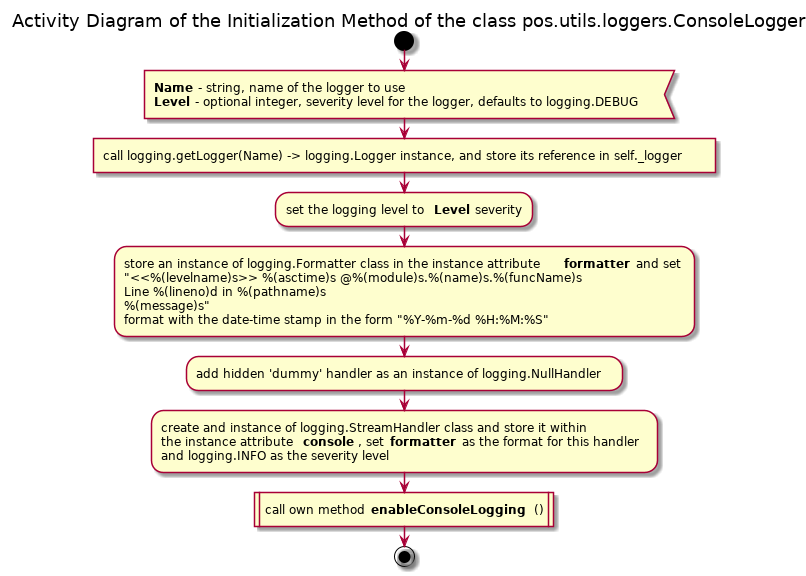
Before: Docs/UML/utils/loggers_py/ConsoleLogger_Initialization_Activity.png, a diagram exported from PlantUML (FooBarShebang/pos).
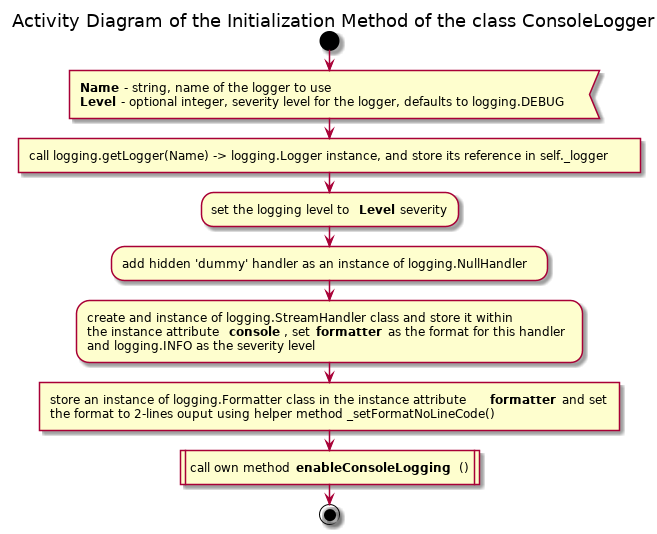
After the change.

Change to the diagram source:
```diff
@@ -1,6 +1,6 @@
 @startuml
 
-title Activity Diagram of the Initialization Method of the class pos.utils.loggers.ConsoleLogger
+title Activity Diagram of the Initialization Method of the class ConsoleLogger
 
 start
 
@@ -11,18 +11,15 @@
 
 :set the logging level to <b>Level</b> severity;
 
-:store an instance of logging.Formatter class in the instance attribute <b>formatter</b> and set
-"<<%(levelname)s>> %(asctime)s @%(module)s.%(name)s.%(funcName)s
-Line %(lineno)d in %(pathname)s
-%(message)s"
-format with the date-time stamp in the form "%Y-%m-%d %H:%M:%S";
-
 :add hidden 'dummy' handler as an instance of logging.NullHandler;
 
 :create and instance of logging.StreamHandler class and store it within
 the instance attribute <b>console</b>, set <b>formatter</b> as the format for this handler
 and logging.INFO as the severity level;
 
+:store an instance of logging.Formatter class in the instance attribute <b>formatter</b> and set
+the format to 2-lines ouput using helper method _setFormatNoLineCode()]
+
 :call own method <b>enableConsoleLogging</b>()|
 
 stop
```
